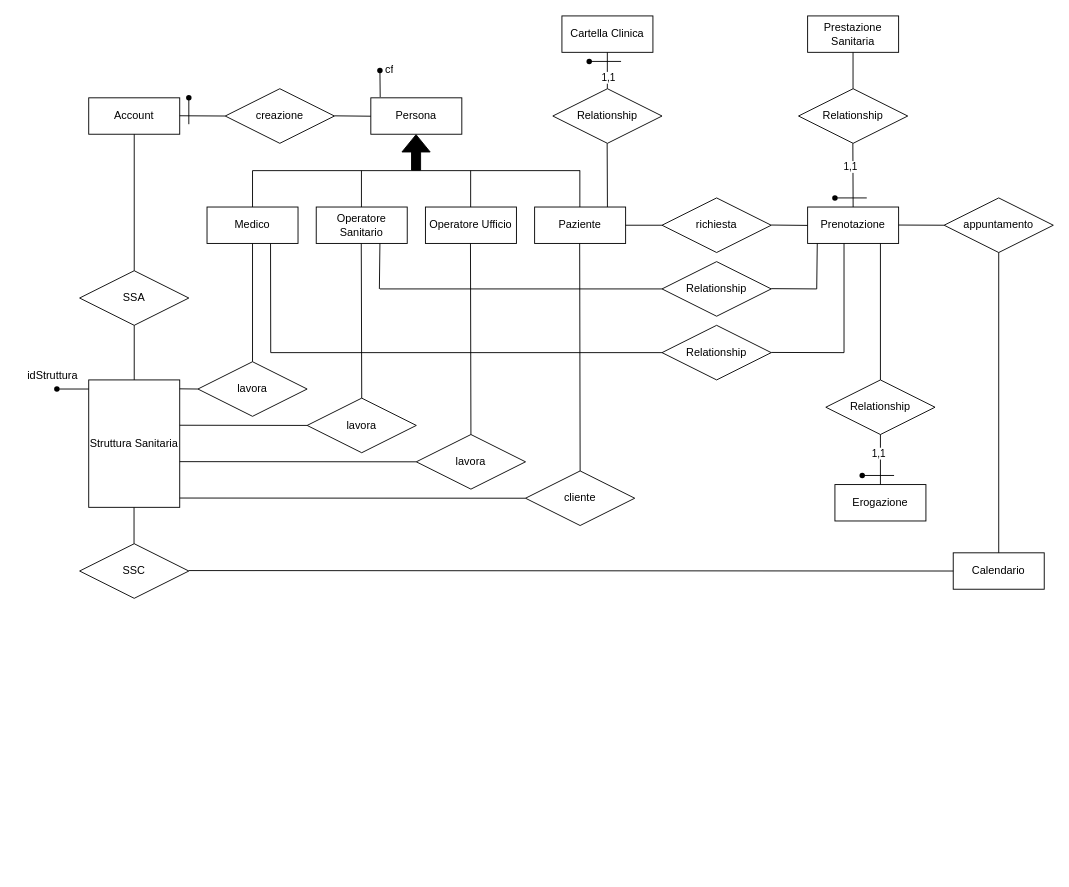
Above: DiagrammaER.drawio in IngSW-unipv/Progetto-D23 (draw.io), before the change. Source tidied: cells renumbered, new cells numbered last; positions are measured from the earlier drawing's top-left corner, leaving out a move shared by most shapes. Both pictures are drawn from the tidied source at 91%, with x=0, y=0 at pixel (15, 15).
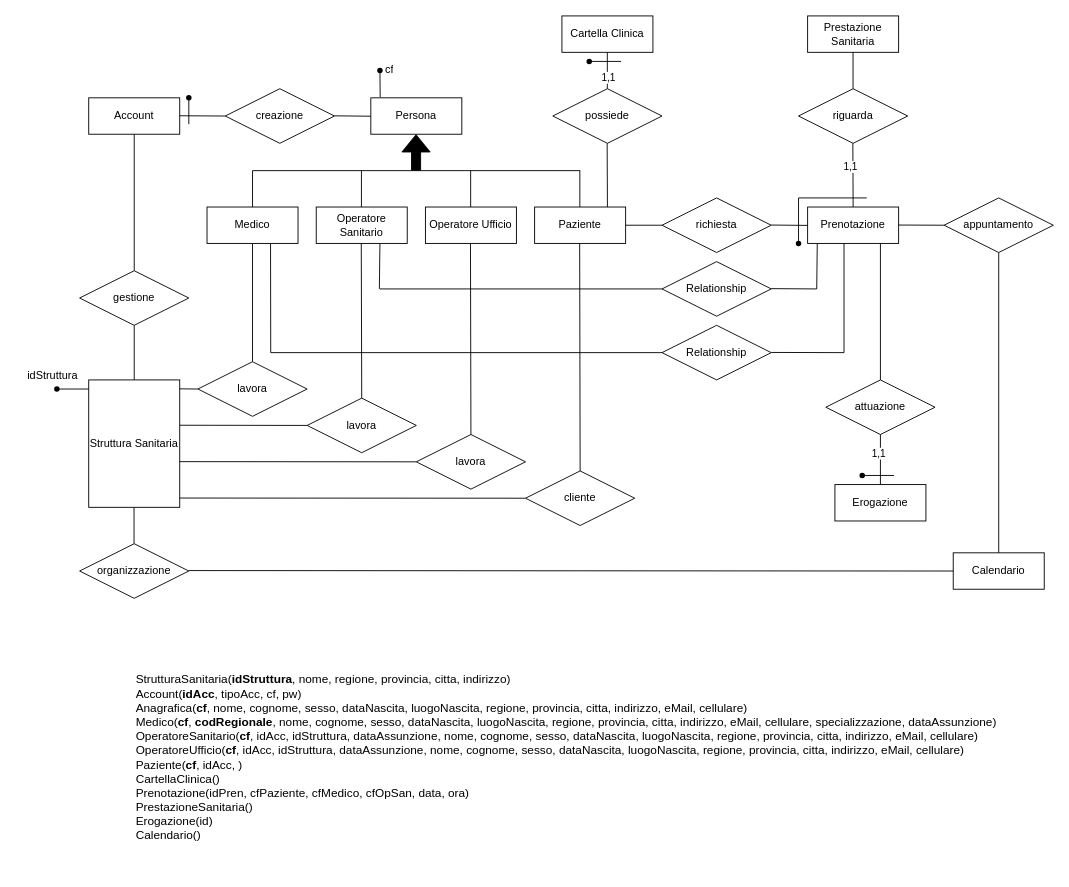
After the change.

Commit message:
inizio schema relazionale

Change to the diagram source:
```diff
@@
-    <mxCell id="16" value="SSA" style="shape=rhombus;perimeter=rhombusPerimeter;whiteSpace=wrap;html=1;align=center;" parent="1" vertex="1">
+    <mxCell id="16" value="gestione" style="shape=rhombus;perimeter=rhombusPerimeter;whiteSpace=wrap;html=1;align=center;" parent="1" vertex="1">
       <mxGeometry x="70" y="280" width="120" height="60" as="geometry" />
     </mxCell>
@@
-    <mxCell id="33" value="Relationship" style="shape=rhombus;perimeter=rhombusPerimeter;whiteSpace=wrap;html=1;align=center;" parent="1" vertex="1">
+    <mxCell id="33" value="possiede" style="shape=rhombus;perimeter=rhombusPerimeter;whiteSpace=wrap;html=1;align=center;" parent="1" vertex="1">
       <mxGeometry x="590" y="80" width="120" height="60" as="geometry" />
     </mxCell>
@@
-    <mxCell id="48" value="Relationship" style="shape=rhombus;perimeter=rhombusPerimeter;whiteSpace=wrap;html=1;align=center;" parent="1" vertex="1">
+    <mxCell id="48" value="riguarda" style="shape=rhombus;perimeter=rhombusPerimeter;whiteSpace=wrap;html=1;align=center;" parent="1" vertex="1">
       <mxGeometry x="860" y="80" width="120" height="60" as="geometry" />
     </mxCell>
@@
-    <mxCell id="53" style="shape=waypoint;sketch=0;fillStyle=solid;size=6;points=[];fillColor=none;perimeter=centerPerimeter;snapToPoint=1;" parent="1" vertex="1">
-      <mxGeometry x="890" y="190" width="20" height="20" as="geometry" />
-    </mxCell>
-    <mxCell id="54" style="endArrow=none;html=1;rounded=0;" parent="1" edge="1" target="53">
+    <mxCell id="54" style="endArrow=none;html=1;rounded=0;" parent="1" edge="1">
       <mxGeometry relative="1" as="geometry">
         <mxPoint x="935" y="200" as="sourcePoint" />
+        <mxPoint x="860" y="200" as="targetPoint" />
       </mxGeometry>
     </mxCell>
@@
-    <mxCell id="60" value="Relationship" style="shape=rhombus;perimeter=rhombusPerimeter;whiteSpace=wrap;html=1;align=center;" parent="1" vertex="1">
+    <mxCell id="60" value="attuazione" style="shape=rhombus;perimeter=rhombusPerimeter;whiteSpace=wrap;html=1;align=center;" parent="1" vertex="1">
       <mxGeometry x="890" y="400" width="120" height="60" as="geometry" />
     </mxCell>
@@
-    <mxCell id="67" value="SSC" style="shape=rhombus;perimeter=rhombusPerimeter;whiteSpace=wrap;html=1;align=center;" parent="1" vertex="1">
+    <mxCell id="67" value="organizzazione" style="shape=rhombus;perimeter=rhombusPerimeter;whiteSpace=wrap;html=1;align=center;" parent="1" vertex="1">
       <mxGeometry x="70" y="580" width="120" height="60" as="geometry" />
     </mxCell>
@@
+    <mxCell id="83" style="shape=waypoint;sketch=0;fillStyle=solid;size=6;fillColor=none;perimeter=centerPerimeter;" parent="1" vertex="1">
+      <mxGeometry x="850" y="240" width="20" height="20" as="geometry" />
+    </mxCell>
+    <mxCell id="84" style="endArrow=none;html=1;rounded=0;exitX=0.103;exitY=-0.02;exitDx=0;exitDy=0;exitPerimeter=0;" parent="1" edge="1">
+      <mxGeometry relative="1" as="geometry">
+        <mxPoint x="860" y="249" as="sourcePoint" />
+        <mxPoint x="860" y="200" as="targetPoint" />
+      </mxGeometry>
+    </mxCell>
+    <mxCell id="85" value="&lt;div style=&quot;text-align: left; font-size: 13px;&quot;&gt;&lt;span style=&quot;background-color: initial;&quot;&gt;&lt;font style=&quot;font-size: 13px;&quot;&gt;StrutturaSanitaria(&lt;b style=&quot;&quot;&gt;idStruttura&lt;/b&gt;, nome, regione, provincia, citta, indirizzo)&lt;/font&gt;&lt;/span&gt;&lt;/div&gt;&lt;div style=&quot;text-align: left; font-size: 13px;&quot;&gt;&lt;span style=&quot;background-color: initial;&quot;&gt;&lt;font style=&quot;font-size: 13px;&quot;&gt;Account(&lt;b&gt;idAcc&lt;/b&gt;, tipoAcc, cf, pw)&lt;/font&gt;&lt;/span&gt;&lt;/div&gt;&lt;div style=&quot;text-align: left; font-size: 13px;&quot;&gt;&lt;font style=&quot;font-size: 13px;&quot;&gt;&lt;span style=&quot;background-color: initial;&quot;&gt;&lt;font style=&quot;font-size: 13px;&quot;&gt;Anagrafica(&lt;b&gt;cf&lt;/b&gt;, nome, cognome, sesso, dataNascita, luogoNascita, regione, provincia, citta, indirizzo, eMail, cellulare&lt;/font&gt;&lt;/span&gt;&lt;span style=&quot;background-color: initial;&quot;&gt;)&lt;/span&gt;&lt;/font&gt;&lt;/div&gt;&lt;div style=&quot;text-align: left; font-size: 13px;&quot;&gt;&lt;font style=&quot;font-size: 13px;&quot;&gt;&lt;font style=&quot;font-size: 13px;&quot;&gt;Medico(&lt;b&gt;cf&lt;/b&gt;,&amp;nbsp;&lt;b&gt;codRegionale&lt;/b&gt;,&amp;nbsp;&lt;/font&gt;&lt;span style=&quot;background-color: initial;&quot;&gt;nome, cognome, sesso, dataNascita, luogoNascita, regione, provincia, citta, indirizzo, eMail, cellulare,&amp;nbsp;&lt;/span&gt;&lt;span style=&quot;background-color: initial;&quot;&gt;specializzazione, dataAssunzione)&lt;/span&gt;&lt;/font&gt;&lt;/div&gt;&lt;div style=&quot;text-align: left; font-size: 13px;&quot;&gt;&lt;font style=&quot;font-size: 13px;&quot;&gt;&lt;font style=&quot;font-size: 13px;&quot;&gt;OperatoreSanitario(&lt;b&gt;cf&lt;/b&gt;, idAcc,&amp;nbsp;&lt;/font&gt;&lt;span style=&quot;background-color: initial;&quot;&gt;idStruttura&lt;/span&gt;, dataAssunzione,&amp;nbsp;&lt;span style=&quot;background-color: initial;&quot;&gt;nome, cognome, sesso, dataNascita, luogoNascita, regione, provincia, citta, indirizzo, eMail, cellulare&lt;/span&gt;&lt;span style=&quot;background-color: initial;&quot;&gt;)&lt;/span&gt;&lt;/font&gt;&lt;/div&gt;&lt;div style=&quot;text-align: left; font-size: 13px;&quot;&gt;&lt;font style=&quot;font-size: 13px;&quot;&gt;&lt;font style=&quot;font-size: 13px;&quot;&gt;OperatoreUfficio(&lt;b&gt;cf&lt;/b&gt;,&amp;nbsp;&lt;/font&gt;idAcc,&amp;nbsp;&lt;span style=&quot;background-color: initial;&quot;&gt;idStruttura,&amp;nbsp;&lt;/span&gt;&lt;span style=&quot;background-color: initial;&quot;&gt;dataAssunzione,&amp;nbsp;&lt;/span&gt;&lt;span style=&quot;background-color: initial;&quot;&gt;nome, cognome, sesso, dataNascita, luogoNascita, regione, provincia, citta, indirizzo, eMail, cellulare&lt;/span&gt;&lt;span style=&quot;background-color: initial;&quot;&gt;)&lt;/span&gt;&lt;/font&gt;&lt;/div&gt;&lt;div style=&quot;text-align: left; font-size: 13px;&quot;&gt;&lt;font style=&quot;font-size: 13px;&quot;&gt;&lt;font style=&quot;font-size: 13px;&quot;&gt;Paziente(&lt;b&gt;cf&lt;/b&gt;,&amp;nbsp;&lt;/font&gt;&lt;span style=&quot;background-color: initial;&quot;&gt;idAcc,&amp;nbsp;&lt;/span&gt;&lt;span style=&quot;background-color: initial;&quot;&gt;)&lt;/span&gt;&lt;/font&gt;&lt;/div&gt;&lt;div style=&quot;text-align: left; font-size: 13px;&quot;&gt;&lt;span style=&quot;background-color: initial;&quot;&gt;&lt;font style=&quot;font-size: 13px;&quot;&gt;CartellaClinica()&lt;/font&gt;&lt;/span&gt;&lt;/div&gt;&lt;div style=&quot;text-align: left; font-size: 13px;&quot;&gt;&lt;span style=&quot;background-color: initial;&quot;&gt;&lt;font style=&quot;font-size: 13px;&quot;&gt;Prenotazione(idPren, cfPaziente, cfMedico, cfOpSan, data, ora)&lt;/font&gt;&lt;/span&gt;&lt;/div&gt;&lt;div style=&quot;text-align: left; font-size: 13px;&quot;&gt;&lt;span style=&quot;background-color: initial;&quot;&gt;&lt;font style=&quot;font-size: 13px;&quot;&gt;PrestazioneSanitaria()&lt;/font&gt;&lt;/span&gt;&lt;/div&gt;&lt;div style=&quot;text-align: left; font-size: 13px;&quot;&gt;&lt;span style=&quot;background-color: initial;&quot;&gt;&lt;font style=&quot;font-size: 13px;&quot;&gt;Erogazione(id)&lt;/font&gt;&lt;/span&gt;&lt;/div&gt;&lt;div style=&quot;text-align: left; font-size: 13px;&quot;&gt;&lt;span style=&quot;background-color: initial;&quot;&gt;&lt;font style=&quot;font-size: 13px;&quot;&gt;Calendario()&lt;/font&gt;&lt;/span&gt;&lt;/div&gt;" style="text;html=1;strokeColor=none;fillColor=none;align=center;verticalAlign=middle;whiteSpace=wrap;rounded=0;" parent="1" vertex="1">
+      <mxGeometry x="70" y="690" width="1070" height="250" as="geometry" />
+    </mxCell>
```
